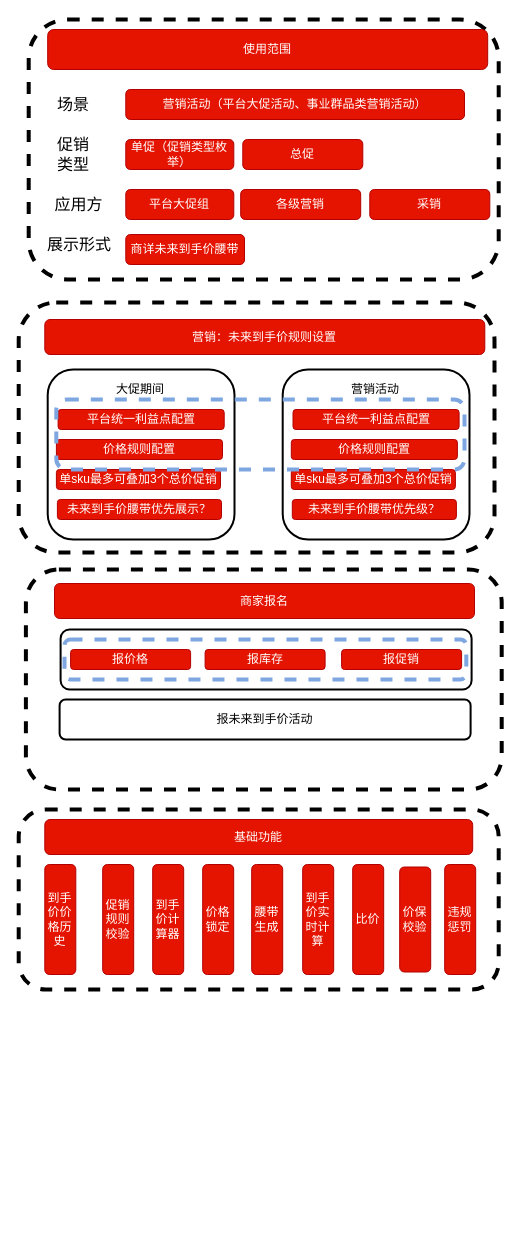
lihema/lihemahome keeps this draw.io diagram as Untitled Diagram.drawio. Above is the earlier version. Source tidied: cells renumbered, new cells numbered last; positions are measured from the earlier drawing's top-left corner, leaving out a move shared by most shapes. Both pictures are drawn from the tidied source at 100%, with x=0, y=0 at pixel (18, 19).
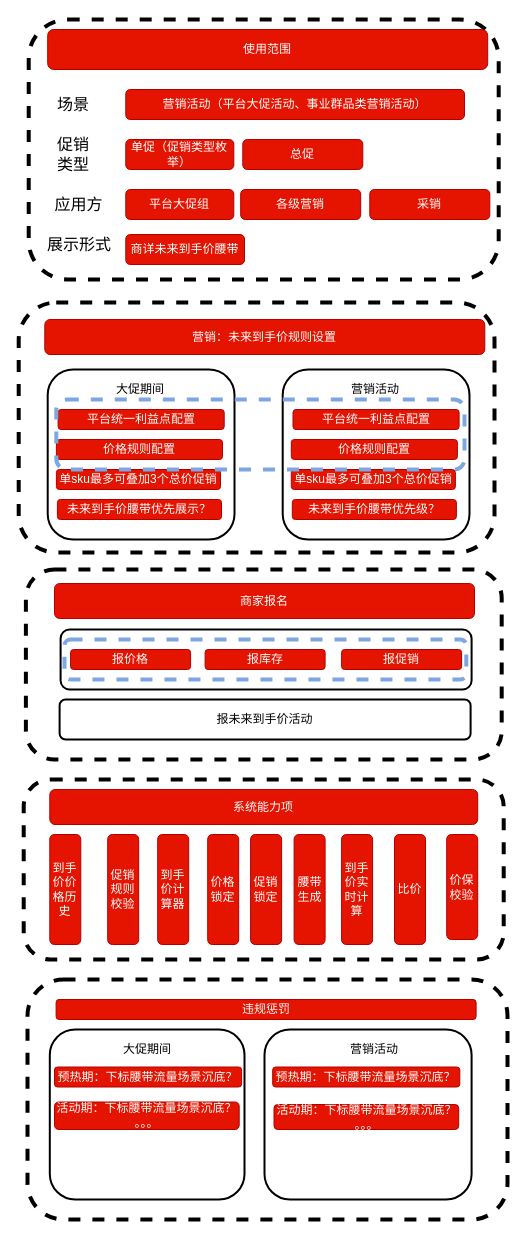
The same page after the edit.

What changed in the source:
```diff
@@
     <mxCell id="3" style="rounded=1;whiteSpace=wrap;html=1;dashed=1;strokeWidth=4;" parent="1" vertex="1">
-      <mxGeometry x="0.2" y="790" width="480" height="180" as="geometry" />
+      <mxGeometry x="5.2" y="760" width="480" height="180" as="geometry" />
     </mxCell>
     <mxCell id="4" style="rounded=1;whiteSpace=wrap;html=1;dashed=1;strokeWidth=4;" parent="1" vertex="1">
-      <mxGeometry x="7.4" y="550" width="475.8" height="220" as="geometry" />
+      <mxGeometry x="7.4" y="550" width="475.8" height="190" as="geometry" />
     </mxCell>
-    <mxCell id="5" value="基础功能" style="rounded=1;whiteSpace=wrap;html=1;fillColor=#e51400;strokeColor=#B20000;fontColor=#ffffff;" parent="1" vertex="1">
-      <mxGeometry x="26.3" y="800" width="427.9" height="35" as="geometry" />
+    <mxCell id="5" value="系统能力项" style="rounded=1;whiteSpace=wrap;html=1;fillColor=#e51400;strokeColor=#B20000;fontColor=#ffffff;" parent="1" vertex="1">
+      <mxGeometry x="31.3" y="770" width="427.9" height="35" as="geometry" />
     </mxCell>
@@
     <mxCell id="17" value="到手价价格历史" style="rounded=1;whiteSpace=wrap;html=1;fillColor=#e51400;strokeColor=#B20000;fontColor=#ffffff;" parent="1" vertex="1">
-      <mxGeometry x="26.3" y="845" width="31" height="110" as="geometry" />
+      <mxGeometry x="31.3" y="815" width="31" height="110" as="geometry" />
     </mxCell>
     <mxCell id="18" value="促销规则校验" style="rounded=1;whiteSpace=wrap;html=1;fillColor=#e51400;strokeColor=#B20000;fontColor=#ffffff;" parent="1" vertex="1">
-      <mxGeometry x="84.2" y="845" width="31" height="110" as="geometry" />
+      <mxGeometry x="89.2" y="815" width="31" height="110" as="geometry" />
     </mxCell>
     <mxCell id="19" value="到手价计算器" style="rounded=1;whiteSpace=wrap;html=1;fillColor=#e51400;strokeColor=#B20000;fontColor=#ffffff;" parent="1" vertex="1">
-      <mxGeometry x="134.2" y="845" width="31" height="110" as="geometry" />
+      <mxGeometry x="139.2" y="815" width="31" height="110" as="geometry" />
     </mxCell>
     <mxCell id="20" value="价格锁定" style="rounded=1;whiteSpace=wrap;html=1;fillColor=#e51400;strokeColor=#B20000;fontColor=#ffffff;" parent="1" vertex="1">
-      <mxGeometry x="184.2" y="845" width="31" height="110" as="geometry" />
+      <mxGeometry x="189.2" y="815" width="31" height="110" as="geometry" />
     </mxCell>
     <mxCell id="21" value="腰带生成" style="rounded=1;whiteSpace=wrap;html=1;fillColor=#e51400;strokeColor=#B20000;fontColor=#ffffff;" parent="1" vertex="1">
-      <mxGeometry x="233.2" y="845" width="31" height="110" as="geometry" />
+      <mxGeometry x="275.6" y="815" width="31" height="110" as="geometry" />
     </mxCell>
     <mxCell id="22" value="比价" style="rounded=1;whiteSpace=wrap;html=1;fillColor=#e51400;strokeColor=#B20000;fontColor=#ffffff;" parent="1" vertex="1">
-      <mxGeometry x="334.2" y="845" width="31" height="110" as="geometry" />
+      <mxGeometry x="376" y="815" width="31" height="110" as="geometry" />
     </mxCell>
     <mxCell id="23" value="到手价实时计算" style="rounded=1;whiteSpace=wrap;html=1;fillColor=#e51400;strokeColor=#B20000;fontColor=#ffffff;" parent="1" vertex="1">
-      <mxGeometry x="284.2" y="845" width="31" height="110" as="geometry" />
+      <mxGeometry x="323.1" y="815" width="31" height="110" as="geometry" />
     </mxCell>
     <mxCell id="24" value="价保校验" style="rounded=1;whiteSpace=wrap;html=1;fillColor=#e51400;strokeColor=#B20000;fontColor=#ffffff;" parent="1" vertex="1">
-      <mxGeometry x="381.2" y="847.5" width="31" height="105" as="geometry" />
+      <mxGeometry x="428.2" y="815" width="31" height="105" as="geometry" />
     </mxCell>
-    <mxCell id="25" value="违规惩罚" style="rounded=1;whiteSpace=wrap;html=1;fillColor=#e51400;strokeColor=#B20000;fontColor=#ffffff;" parent="1" vertex="1">
-      <mxGeometry x="426.2" y="845" width="31" height="110" as="geometry" />
-    </mxCell>
@@
+    <mxCell id="50" value="促销锁定" style="rounded=1;whiteSpace=wrap;html=1;fillColor=#e51400;strokeColor=#B20000;fontColor=#ffffff;" parent="1" vertex="1">
+      <mxGeometry x="232.1" y="815" width="31" height="110" as="geometry" />
+    </mxCell>
+    <mxCell id="51" style="rounded=1;whiteSpace=wrap;html=1;dashed=1;strokeWidth=4;" parent="1" vertex="1">
+      <mxGeometry x="9" y="960" width="480" height="240" as="geometry" />
+    </mxCell>
+    <mxCell id="25" value="违规惩罚" style="rounded=1;whiteSpace=wrap;html=1;fillColor=#e51400;strokeColor=#B20000;fontColor=#ffffff;" parent="1" vertex="1">
+      <mxGeometry x="37.6" y="980" width="420" height="20" as="geometry" />
+    </mxCell>
+    <mxCell id="52" style="rounded=1;whiteSpace=wrap;html=1;strokeWidth=2;" parent="1" vertex="1">
+      <mxGeometry x="31.3" y="1010" width="194.7" height="170" as="geometry" />
+    </mxCell>
+    <mxCell id="53" style="rounded=1;whiteSpace=wrap;html=1;strokeWidth=2;" parent="1" vertex="1">
+      <mxGeometry x="246" y="1010" width="207.1" height="170" as="geometry" />
+    </mxCell>
+    <mxCell id="54" value="大促期间" style="text;html=1;strokeColor=none;fillColor=none;align=center;verticalAlign=middle;whiteSpace=wrap;rounded=0;" parent="1" vertex="1">
+      <mxGeometry x="91.3" y="1020" width="75.5" height="20" as="geometry" />
+    </mxCell>
+    <mxCell id="55" value="营销活动" style="text;html=1;strokeColor=none;fillColor=none;align=center;verticalAlign=middle;whiteSpace=wrap;rounded=0;" parent="1" vertex="1">
+      <mxGeometry x="318.1" y="1020" width="75.5" height="20" as="geometry" />
+    </mxCell>
+    <mxCell id="56" value="预热期：下标腰带流量场景沉底？" style="rounded=1;whiteSpace=wrap;html=1;fillColor=#e51400;strokeColor=#B20000;fontColor=#ffffff;" parent="1" vertex="1">
+      <mxGeometry x="36" y="1047.5" width="187.1" height="20" as="geometry" />
+    </mxCell>
+    <mxCell id="57" value="活动期：下标腰带流量场景沉底？&lt;br&gt;。。。" style="rounded=1;whiteSpace=wrap;html=1;fillColor=#e51400;strokeColor=#B20000;fontColor=#ffffff;" parent="1" vertex="1">
+      <mxGeometry x="36" y="1082.5" width="184.7" height="27.5" as="geometry" />
+    </mxCell>
+    <mxCell id="58" value="预热期：下标腰带流量场景沉底？" style="rounded=1;whiteSpace=wrap;html=1;fillColor=#e51400;strokeColor=#B20000;fontColor=#ffffff;" parent="1" vertex="1">
+      <mxGeometry x="254.2" y="1047.5" width="187.1" height="20" as="geometry" />
+    </mxCell>
+    <mxCell id="59" value="活动期：下标腰带流量场景沉底？&lt;br&gt;。。。" style="rounded=1;whiteSpace=wrap;html=1;fillColor=#e51400;strokeColor=#B20000;fontColor=#ffffff;" parent="1" vertex="1">
+      <mxGeometry x="255.5" y="1085" width="184.7" height="25" as="geometry" />
+    </mxCell>
```
